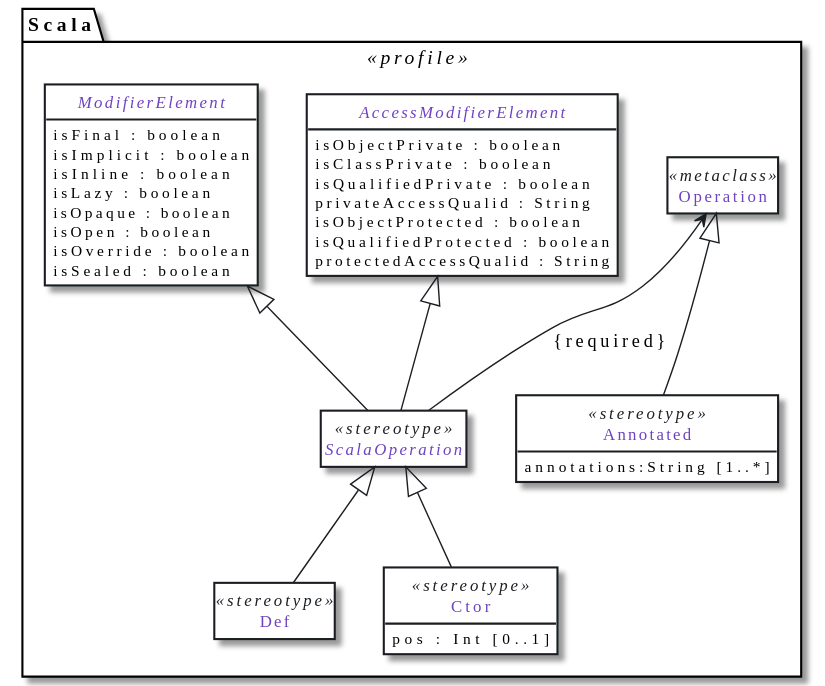
This is out/uml-meta-model-extensions/scala.profile.operation/scala.profile.operation.svg from tizuck/scala-uml-diagrams, a PlantUML export, as it was before one commit.
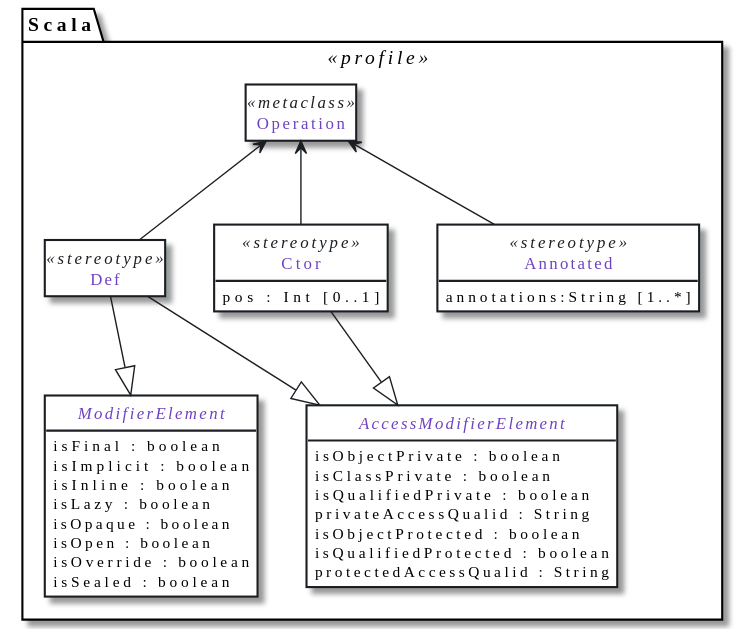
After the commit.

What changed in the source:
```diff
@@ -1,7 +1,7 @@
 @startuml
  package Scala <<profile>> {
+
      class Operation <<metaclass>>
-     abstract class ScalaOperation <<stereotype>>
 
      abstract class AccessModifierElement {
         isObjectPrivate : boolean
@@ -31,20 +31,18 @@
      class Annotated <<stereotype>>  {
          annotations:String [1..*]
      }
-
-     ModifierElement <|-- ScalaOperation
-     AccessModifierElement <|-- ScalaOperation
-     Operation <-- ScalaOperation : {required}
-     ScalaOperation <|-- Def
-     ScalaOperation <|-- Ctor
-     Operation <|-- Annotated
+     Operation <-- Def
+     Operation <-- Annotated
+     Operation <-- Ctor
+     Def --|> ModifierElement
+     Def --|> AccessModifierElement
+     Ctor --|> AccessModifierElement
  }
 
 hide circle
 hide <<metaclass>> members
 hide methods
 hide Def members
-hide ScalaOperation members
 
 
 skinparam defaultFontName Source Code Pro
```
